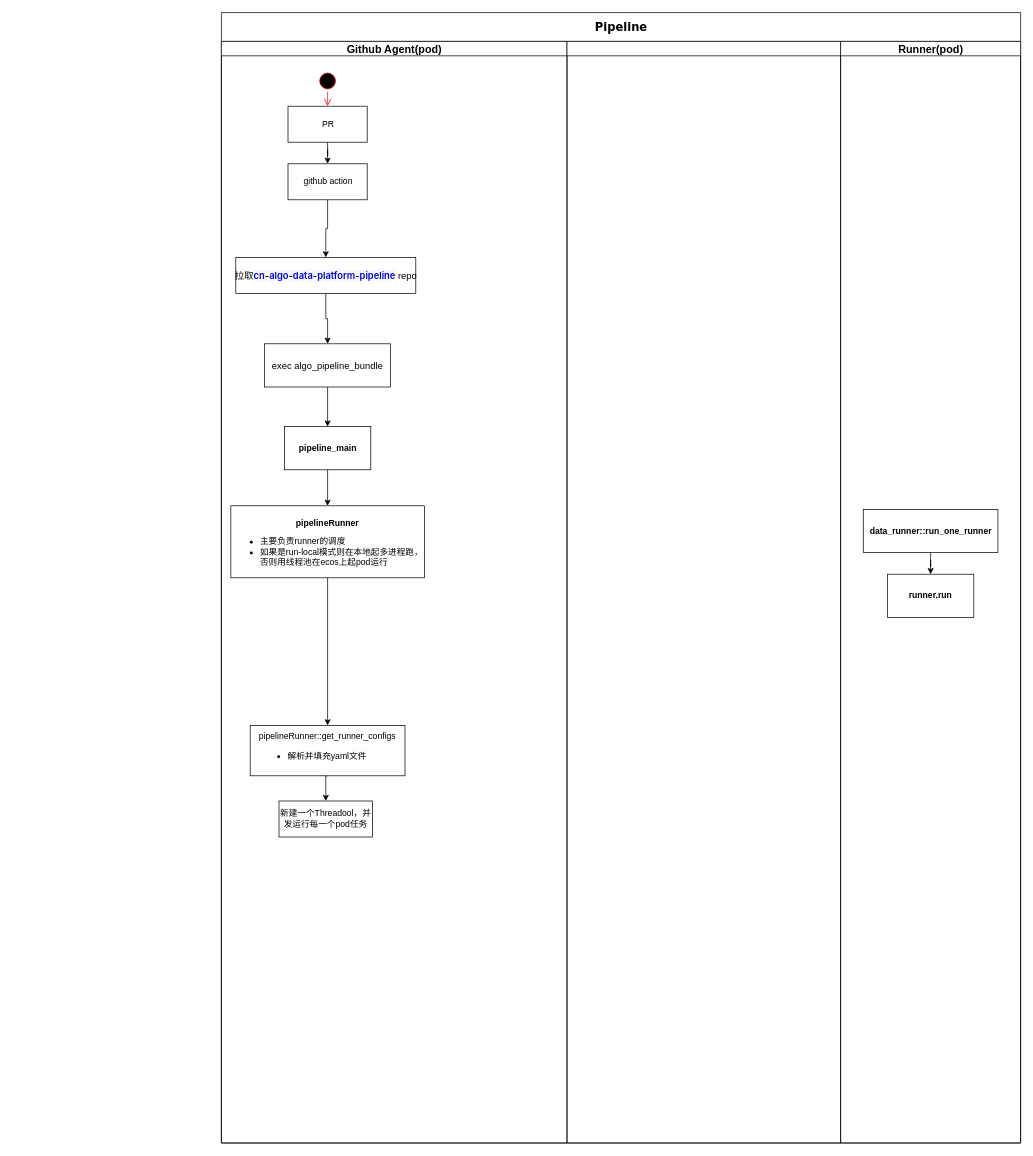
The draw.io diagram page "第 2 页" (2 of 2) of drawio/TuSimple.drawio in a244591052/Skill-Learning, before the edit. Source tidied: cells renumbered, new cells numbered last; positions are measured from the earlier drawing's top-left corner, leaving out a move shared by most shapes. Both pictures are drawn from the tidied source at 72%, with x=0, y=0 at pixel (221, 12).
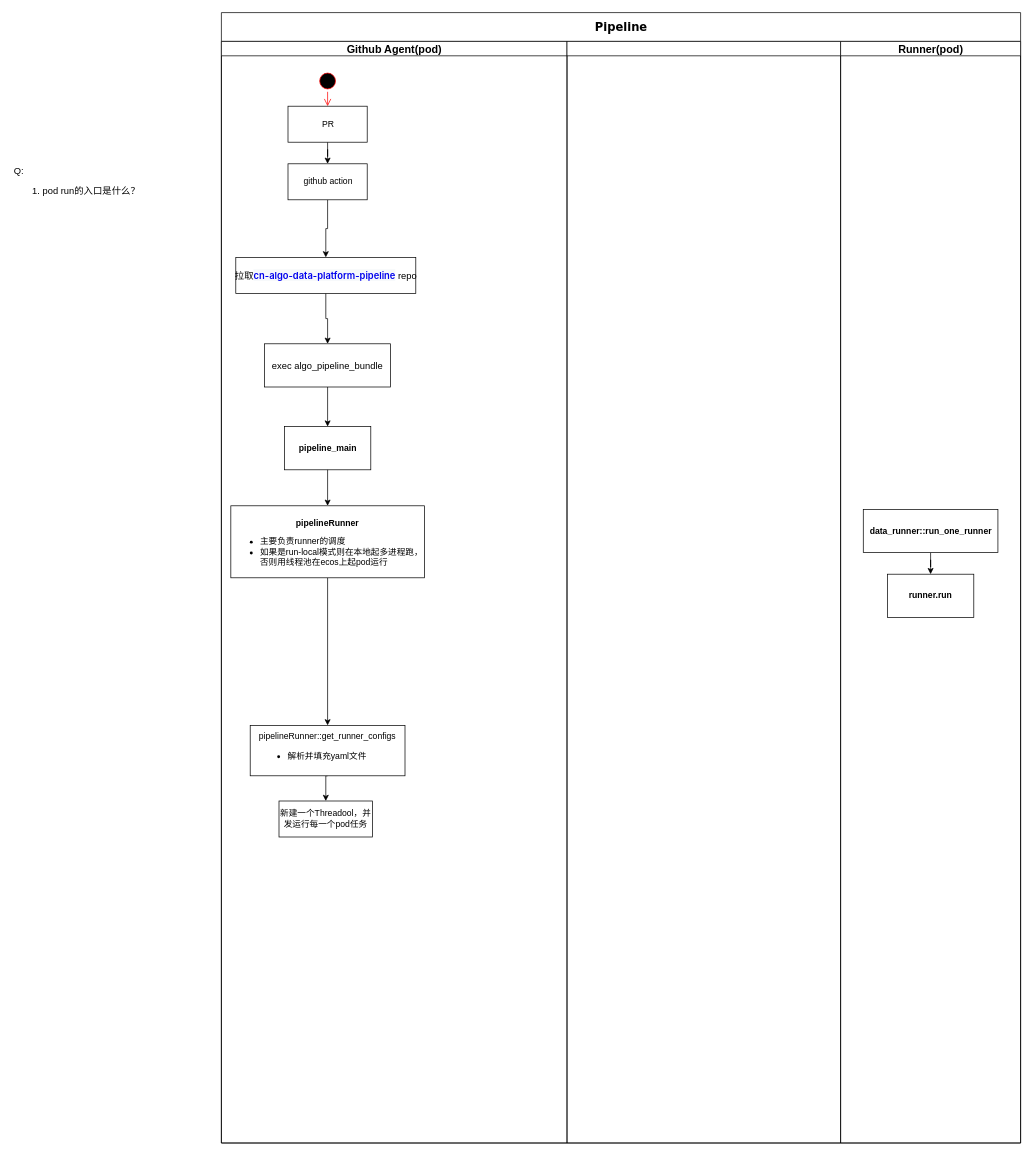
After the change.

What changed in the source:
```diff
@@
+    <mxCell id="26" value="Q:&lt;br&gt;&lt;ol&gt;&lt;li&gt;pod run的入口是什么？&lt;/li&gt;&lt;/ol&gt;" style="text;html=1;strokeColor=none;fillColor=none;align=left;verticalAlign=middle;whiteSpace=wrap;rounded=0;fontSize=13;" parent="1" vertex="1">
+      <mxGeometry x="-290" y="120" width="260" height="240" as="geometry" />
+    </mxCell>
```
